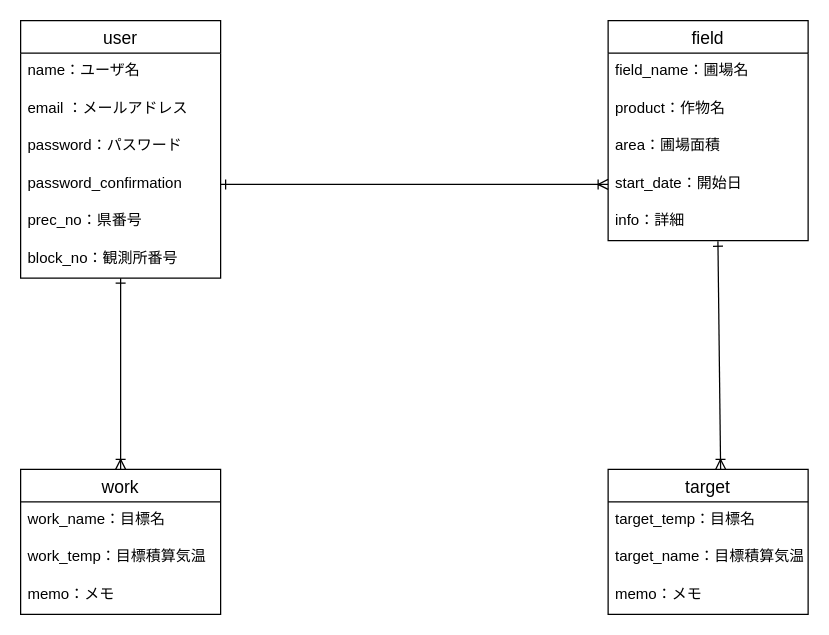
Before: backend/spa-app.drawio in zuuumiii/spa-app, a draw.io diagram. Source tidied: cells renumbered, new cells numbered last; positions are measured from the earlier drawing's top-left corner, leaving out a move shared by most shapes. Both pictures are drawn from the tidied source at 125%, with x=0, y=0 at pixel (20, 20).
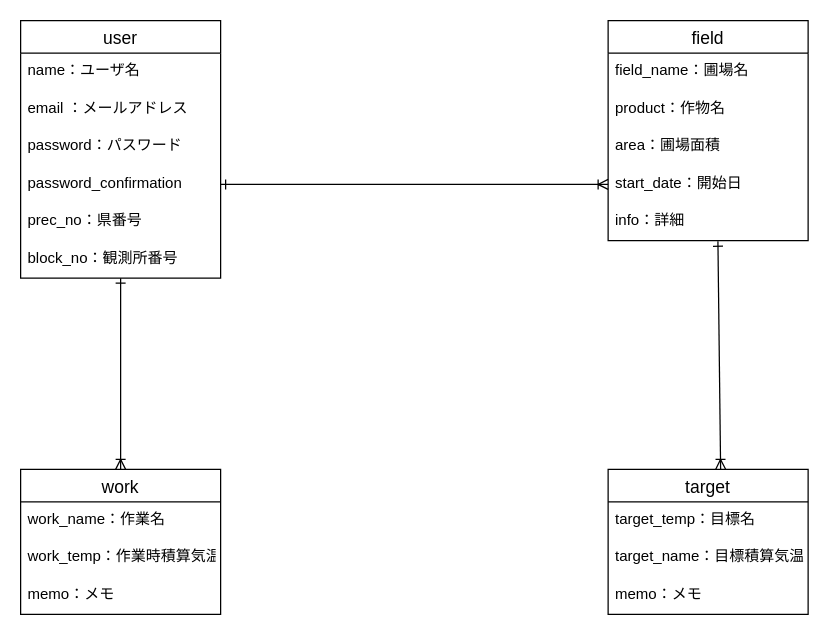
The same page after the edit.

Unchanged cells that the change refers to:
```xml
<mxCell id="21" value="work" style="swimlane;fontStyle=0;horizontal=1;startSize=26;align=center;fontSize=14;" parent="1" vertex="1">
  <mxGeometry y="359" width="160" height="116" as="geometry" />
</mxCell>
```

What changed in the source:
```diff
@@
-    <mxCell id="22" value="work_name：目標名" style="text;strokeColor=none;fillColor=none;spacingLeft=4;spacingRight=4;overflow=hidden;fontSize=12;" parent="21" vertex="1">
+    <mxCell id="22" value="work_name：作業名" style="text;strokeColor=none;fillColor=none;spacingLeft=4;spacingRight=4;overflow=hidden;fontSize=12;" parent="21" vertex="1">
       <mxGeometry y="26" width="160" height="30" as="geometry" />
     </mxCell>
-    <mxCell id="23" value="work_temp：目標積算気温" style="text;strokeColor=none;fillColor=none;spacingLeft=4;spacingRight=4;overflow=hidden;fontSize=12;" parent="21" vertex="1">
+    <mxCell id="23" value="work_temp：作業時積算気温" style="text;strokeColor=none;fillColor=none;spacingLeft=4;spacingRight=4;overflow=hidden;fontSize=12;" parent="21" vertex="1">
       <mxGeometry y="56" width="160" height="30" as="geometry" />
     </mxCell>
```
